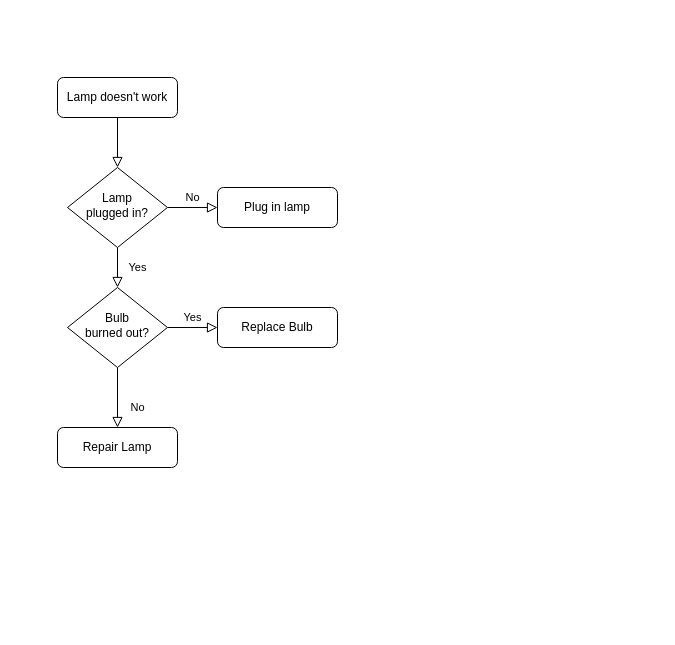
Earlier version of the draw.io diagram Untitled Diagram.drawio (SmileSB1O1/draw-active). Source tidied: cells renumbered, new cells numbered last; positions are measured from the earlier drawing's top-left corner, leaving out a move shared by most shapes. Both pictures are drawn from the tidied source at 100%, with x=0, y=0 at pixel (57, 77).
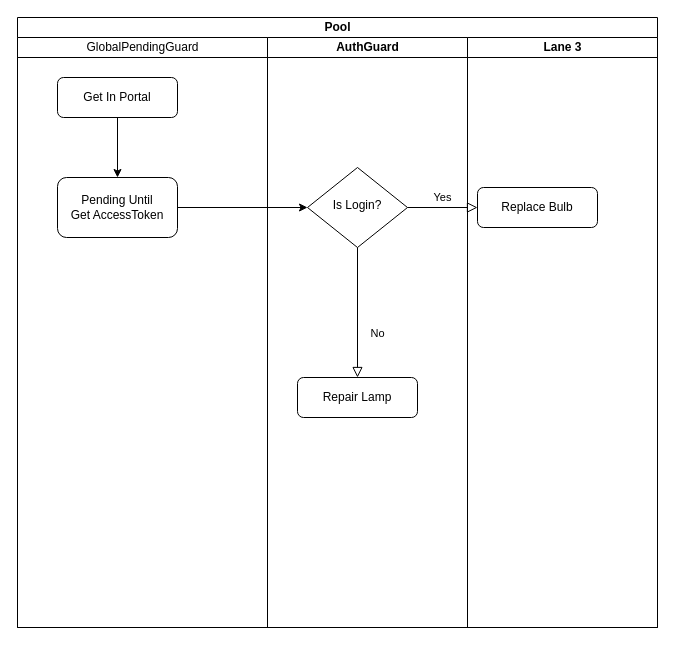
The same page after the edit.

The edit, as a diff of the source:
```diff
@@
 <mxGraphModel>
   <root>
     <mxCell id="0" />
     <mxCell id="1" parent="0" />
-    <mxCell id="2" style="rounded=0;html=1;jettySize=auto;fontSize=11;endArrow=block;endFill=0;endSize=8;strokeWidth=1;shadow=0;labelBackgroundColor=none;edgeStyle=orthogonalEdgeStyle;" parent="1" edge="1" source="3" target="6">
-      <mxGeometry relative="1" as="geometry" />
-    </mxCell>
+    <mxCell id="13" style="edgeStyle=orthogonalEdgeStyle;rounded=0;jettySize=auto;html=1;entryX=0.5;entryY=0;entryDx=0;entryDy=0;" parent="1" edge="1" source="3" target="16">
+      <mxGeometry relative="1" as="geometry" />
+    </mxCell>
-    <mxCell id="3" value="Lamp doesn't work" style="rounded=1;whiteSpace=wrap;html=1;fontSize=12;glass=0;strokeWidth=1;shadow=0;" parent="1" vertex="1">
+    <mxCell id="3" value="Get In Portal" style="rounded=1;whiteSpace=wrap;html=1;fontSize=12;glass=0;strokeWidth=1;shadow=0;" parent="1" vertex="1">
       <mxGeometry width="120" height="40" as="geometry" />
     </mxCell>
-    <mxCell id="4" value="Yes" style="rounded=0;html=1;jettySize=auto;fontSize=11;endArrow=block;endFill=0;endSize=8;strokeWidth=1;shadow=0;labelBackgroundColor=none;edgeStyle=orthogonalEdgeStyle;" parent="1" edge="1" source="6" target="10">
-      <mxGeometry y="20" relative="1" as="geometry" />
-    </mxCell>
-    <mxCell id="5" value="No" style="edgeStyle=orthogonalEdgeStyle;rounded=0;html=1;jettySize=auto;fontSize=11;endArrow=block;endFill=0;endSize=8;strokeWidth=1;shadow=0;labelBackgroundColor=none;" parent="1" edge="1" source="6" target="7">
-      <mxGeometry y="10" relative="1" as="geometry" />
-    </mxCell>
-    <mxCell id="6" value="Lamp&lt;br&gt;plugged in?" style="rhombus;whiteSpace=wrap;html=1;shadow=0;fontFamily=Helvetica;fontSize=12;align=center;strokeWidth=1;spacing=6;spacingTop=-4;" parent="1" vertex="1">
-      <mxGeometry x="10" y="90" width="100" height="80" as="geometry" />
-    </mxCell>
-    <mxCell id="7" value="Plug in lamp" style="rounded=1;whiteSpace=wrap;html=1;fontSize=12;glass=0;strokeWidth=1;shadow=0;" parent="1" vertex="1">
-      <mxGeometry x="160" y="110" width="120" height="40" as="geometry" />
-    </mxCell>
-    <mxCell id="8" value="No" style="rounded=0;html=1;jettySize=auto;fontSize=11;endArrow=block;endFill=0;endSize=8;strokeWidth=1;shadow=0;labelBackgroundColor=none;edgeStyle=orthogonalEdgeStyle;" parent="1" edge="1" source="10" target="11">
-      <mxGeometry x="0.33" y="20" relative="1" as="geometry" />
-    </mxCell>
-    <mxCell id="9" value="Yes" style="edgeStyle=orthogonalEdgeStyle;rounded=0;html=1;jettySize=auto;fontSize=11;endArrow=block;endFill=0;endSize=8;strokeWidth=1;shadow=0;labelBackgroundColor=none;" parent="1" edge="1" source="10" target="12">
-      <mxGeometry y="10" relative="1" as="geometry" />
-    </mxCell>
+    <mxCell id="14" value="Pool" style="swimlane;startSize=20;html=1;" parent="1" vertex="1">
+      <mxGeometry x="-40" y="-60" width="640" height="610" as="geometry" />
+    </mxCell>
+    <mxCell id="15" value="&lt;span style=&quot;font-weight: 400; text-wrap-mode: wrap;&quot;&gt;GlobalPendingGuard&lt;/span&gt;" style="swimlane;startSize=20;html=1;" parent="14" vertex="1">
+      <mxGeometry y="20" width="250" height="590" as="geometry" />
+    </mxCell>
+    <mxCell id="16" value="Pending Until&lt;div&gt;Get AccessToken&lt;/div&gt;" style="rounded=1;whiteSpace=wrap;html=1;" parent="15" vertex="1">
+      <mxGeometry x="40" y="140" width="120" height="60" as="geometry" />
+    </mxCell>
+    <mxCell id="17" value="AuthGuard" style="swimlane;startSize=20;html=1;" parent="14" vertex="1">
+      <mxGeometry x="250" y="20" width="200" height="590" as="geometry" />
+    </mxCell>
-    <mxCell id="10" value="Bulb&lt;br&gt;burned out?" style="rhombus;whiteSpace=wrap;html=1;shadow=0;fontFamily=Helvetica;fontSize=12;align=center;strokeWidth=1;spacing=6;spacingTop=-4;" parent="1" vertex="1">
-      <mxGeometry x="10" y="210" width="100" height="80" as="geometry" />
+    <mxCell id="10" value="Is Login?" style="rhombus;whiteSpace=wrap;html=1;shadow=0;fontFamily=Helvetica;fontSize=12;align=center;strokeWidth=1;spacing=6;spacingTop=-4;" parent="17" vertex="1">
+      <mxGeometry x="40" y="130" width="100" height="80" as="geometry" />
     </mxCell>
-    <mxCell id="11" value="Repair Lamp" style="rounded=1;whiteSpace=wrap;html=1;fontSize=12;glass=0;strokeWidth=1;shadow=0;" parent="1" vertex="1">
-      <mxGeometry y="350" width="120" height="40" as="geometry" />
+    <mxCell id="11" value="Repair Lamp" style="rounded=1;whiteSpace=wrap;html=1;fontSize=12;glass=0;strokeWidth=1;shadow=0;" parent="17" vertex="1">
+      <mxGeometry x="30" y="340" width="120" height="40" as="geometry" />
     </mxCell>
+    <mxCell id="8" value="No" style="rounded=0;html=1;jettySize=auto;fontSize=11;endArrow=block;endFill=0;endSize=8;strokeWidth=1;shadow=0;labelBackgroundColor=none;edgeStyle=orthogonalEdgeStyle;" parent="17" edge="1" source="10" target="11">
+      <mxGeometry x="0.33" y="20" relative="1" as="geometry" />
+    </mxCell>
+    <mxCell id="18" value="Lane 3" style="swimlane;startSize=20;html=1;" parent="14" vertex="1">
+      <mxGeometry x="450" y="20" width="190" height="590" as="geometry" />
+    </mxCell>
-    <mxCell id="12" value="Replace Bulb" style="rounded=1;whiteSpace=wrap;html=1;fontSize=12;glass=0;strokeWidth=1;shadow=0;" parent="1" vertex="1">
-      <mxGeometry x="160" y="230" width="120" height="40" as="geometry" />
+    <mxCell id="12" value="Replace Bulb" style="rounded=1;whiteSpace=wrap;html=1;fontSize=12;glass=0;strokeWidth=1;shadow=0;" parent="18" vertex="1">
+      <mxGeometry x="10" y="150" width="120" height="40" as="geometry" />
     </mxCell>
+    <mxCell id="19" style="edgeStyle=orthogonalEdgeStyle;rounded=0;jettySize=auto;html=1;" parent="14" edge="1" source="16" target="10">
+      <mxGeometry relative="1" as="geometry" />
+    </mxCell>
+    <mxCell id="9" value="Yes" style="edgeStyle=orthogonalEdgeStyle;rounded=0;html=1;jettySize=auto;fontSize=11;endArrow=block;endFill=0;endSize=8;strokeWidth=1;shadow=0;labelBackgroundColor=none;" parent="14" edge="1" source="10" target="12">
+      <mxGeometry y="10" relative="1" as="geometry" />
+    </mxCell>
   </root>
 </mxGraphModel>
```
